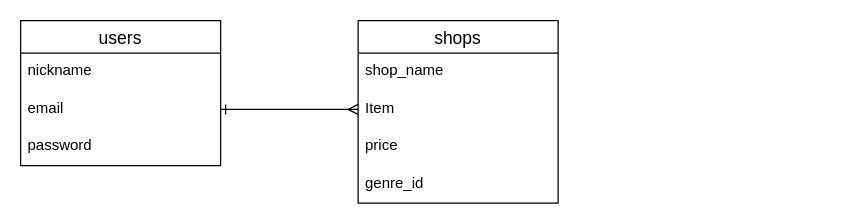
This is ER.dio from yumi-jpn/fav_shops, a draw.io file, before an edit. Source tidied: cells renumbered, new cells numbered last; positions are measured from the earlier drawing's top-left corner, leaving out a move shared by most shapes. Both pictures are drawn from the tidied source at 125%, with x=0, y=0 at pixel (20, 20).
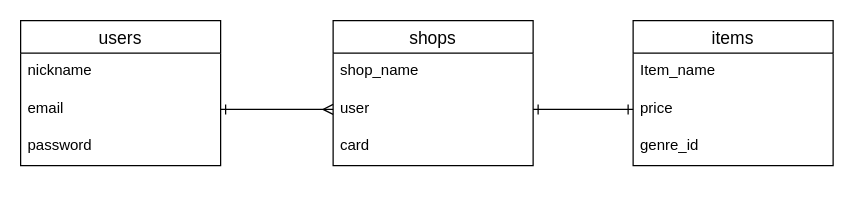
The same diagram, later.

What changed in the source:
```diff
@@
 <mxGraphModel>
   <root>
     <mxCell id="0" />
     <mxCell id="1" parent="0" />
     <mxCell id="2" value="users" style="swimlane;fontStyle=0;horizontal=1;startSize=26;align=center;fontSize=14;" parent="1" vertex="1">
       <mxGeometry width="160" height="116" as="geometry" />
     </mxCell>
     <mxCell id="3" value="nickname" style="text;strokeColor=none;fillColor=none;spacingLeft=4;spacingRight=4;overflow=hidden;fontSize=12;" parent="2" vertex="1">
       <mxGeometry y="26" width="160" height="30" as="geometry" />
     </mxCell>
     <mxCell id="4" value="email" style="text;strokeColor=none;fillColor=none;spacingLeft=4;spacingRight=4;overflow=hidden;points=[[0,0.5],[1,0.5]];portConstraint=eastwest;fontSize=12;" parent="2" vertex="1">
       <mxGeometry y="56" width="160" height="30" as="geometry" />
     </mxCell>
     <mxCell id="5" value="password" style="text;strokeColor=none;fillColor=none;spacingLeft=4;spacingRight=4;overflow=hidden;fontSize=12;" parent="2" vertex="1">
       <mxGeometry y="86" width="160" height="30" as="geometry" />
     </mxCell>
-    <mxCell id="6" value="shops" style="swimlane;fontStyle=0;horizontal=1;startSize=26;align=center;fontSize=14;" parent="1" vertex="1">
-      <mxGeometry x="270" width="160" height="146" as="geometry" />
+    <mxCell id="6" value="items" style="swimlane;fontStyle=0;horizontal=1;startSize=26;align=center;fontSize=14;" parent="1" vertex="1">
+      <mxGeometry x="490" width="160" height="116" as="geometry" />
     </mxCell>
-    <mxCell id="7" value="shop_name" style="text;strokeColor=none;fillColor=none;spacingLeft=4;spacingRight=4;overflow=hidden;fontSize=12;" parent="6" vertex="1">
-      <mxGeometry y="26" width="160" height="30" as="geometry" />
-    </mxCell>
-    <mxCell id="8" value="Item" style="text;strokeColor=none;fillColor=none;spacingLeft=4;spacingRight=4;overflow=hidden;points=[[0,0.5],[1,0.5]];portConstraint=eastwest;fontSize=12;" parent="6" vertex="1">
-      <mxGeometry y="56" width="160" height="30" as="geometry" />
+    <mxCell id="8" value="Item_name" style="text;strokeColor=none;fillColor=none;spacingLeft=4;spacingRight=4;overflow=hidden;points=[[0,0.5],[1,0.5]];portConstraint=eastwest;fontSize=12;" parent="6" vertex="1">
+      <mxGeometry y="26" width="160" height="30" as="geometry" />
     </mxCell>
     <mxCell id="9" value="price&#10;" style="text;strokeColor=none;fillColor=none;spacingLeft=4;spacingRight=4;overflow=hidden;points=[[0,0.5],[1,0.5]];portConstraint=eastwest;fontSize=12;" parent="6" vertex="1">
-      <mxGeometry y="86" width="160" height="30" as="geometry" />
+      <mxGeometry y="56" width="160" height="30" as="geometry" />
     </mxCell>
     <mxCell id="10" value="genre_id" style="text;strokeColor=none;fillColor=none;spacingLeft=4;spacingRight=4;overflow=hidden;fontSize=12;" parent="6" vertex="1">
-      <mxGeometry y="116" width="160" height="30" as="geometry" />
+      <mxGeometry y="86" width="160" height="30" as="geometry" />
     </mxCell>
-    <mxCell id="11" style="edgeStyle=orthogonalEdgeStyle;rounded=0;jettySize=auto;html=1;exitX=1;exitY=0.5;exitDx=0;exitDy=0;entryX=0;entryY=0.5;entryDx=0;entryDy=0;endArrow=ERmany;endFill=0;startArrow=ERone;startFill=0;" parent="1" edge="1" source="4" target="8">
+    <mxCell id="11" style="edgeStyle=orthogonalEdgeStyle;rounded=0;jettySize=auto;html=1;exitX=1;exitY=0.5;exitDx=0;exitDy=0;entryX=0;entryY=0.5;entryDx=0;entryDy=0;endArrow=ERmany;endFill=0;startArrow=ERone;startFill=0;" parent="1" edge="1" source="4" target="13">
       <mxGeometry relative="1" as="geometry" />
     </mxCell>
+    <mxCell id="12" value="shops" style="swimlane;fontStyle=0;horizontal=1;startSize=26;align=center;fontSize=14;" parent="1" vertex="1">
+      <mxGeometry x="250" width="160" height="116" as="geometry" />
+    </mxCell>
+    <mxCell id="7" value="shop_name" style="text;strokeColor=none;fillColor=none;spacingLeft=4;spacingRight=4;overflow=hidden;fontSize=12;" parent="12" vertex="1">
+      <mxGeometry y="26" width="160" height="30" as="geometry" />
+    </mxCell>
+    <mxCell id="13" value="user" style="text;strokeColor=none;fillColor=none;spacingLeft=4;spacingRight=4;overflow=hidden;points=[[0,0.5],[1,0.5]];portConstraint=eastwest;fontSize=12;" parent="12" vertex="1">
+      <mxGeometry y="56" width="160" height="30" as="geometry" />
+    </mxCell>
+    <mxCell id="14" value="card" style="text;strokeColor=none;fillColor=none;spacingLeft=4;spacingRight=4;overflow=hidden;fontSize=12;" parent="12" vertex="1">
+      <mxGeometry y="86" width="160" height="30" as="geometry" />
+    </mxCell>
+    <mxCell id="15" style="edgeStyle=orthogonalEdgeStyle;rounded=0;jettySize=auto;html=1;exitX=1;exitY=0.5;exitDx=0;exitDy=0;entryX=0;entryY=0.5;entryDx=0;entryDy=0;endArrow=ERone;endFill=0;startArrow=ERone;startFill=0;" parent="1" edge="1" source="13" target="9">
+      <mxGeometry relative="1" as="geometry" />
+    </mxCell>
   </root>
 </mxGraphModel>
```
